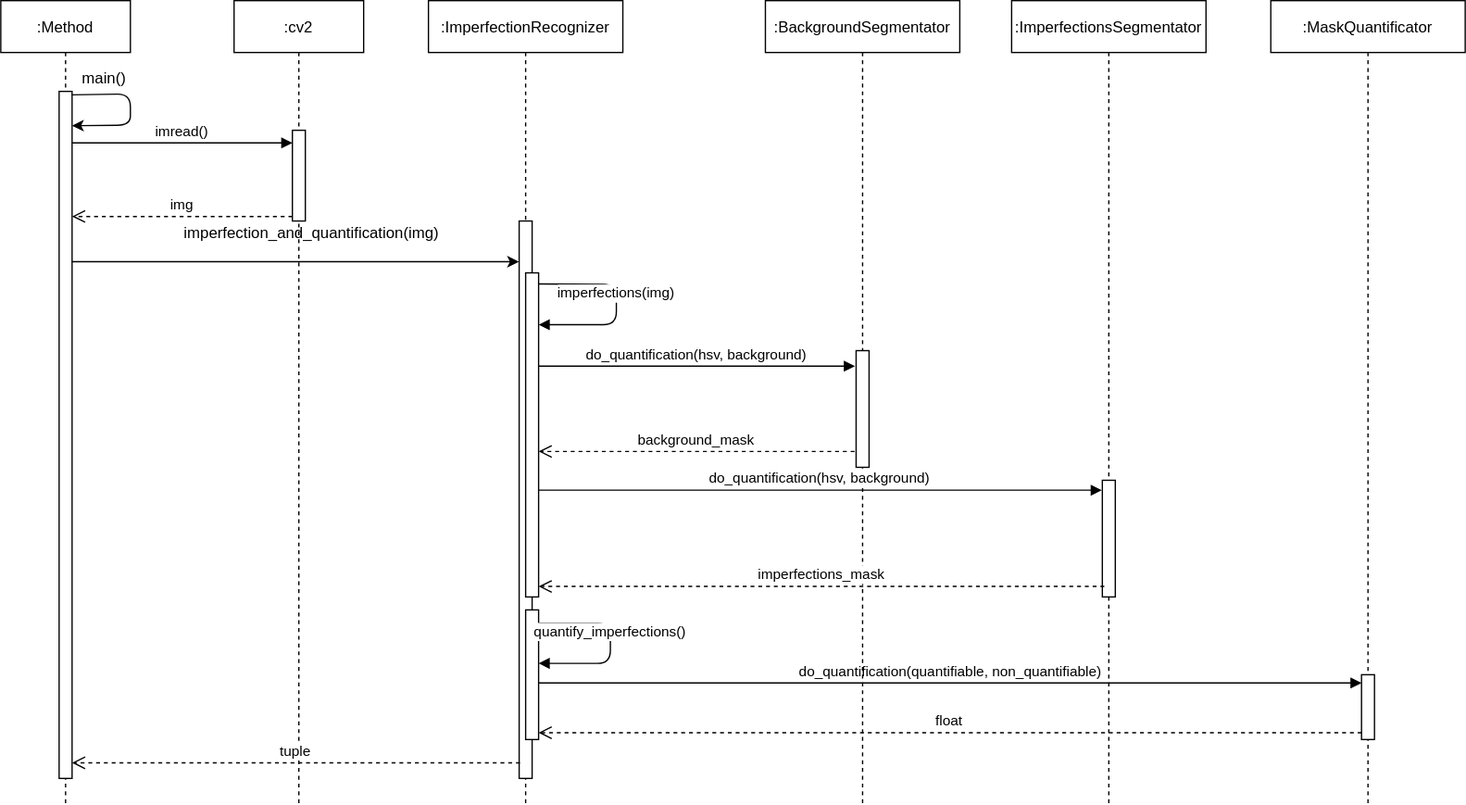
This is docs/images/SequenceDiagram.svg from AlbaranezJavier/AIVA_2021_AJ, a draw.io export, as it was before one commit. Source tidied: cells renumbered, new cells last; positions are measured from the earlier drawing's top-left corner, leaving out a move shared by most shapes. Its diagram source:
```xml
<mxGraphModel>
  <root>
    <mxCell id="0" />
    <mxCell id="1" parent="0" />
    <mxCell id="2" value=":Method" style="shape=umlLifeline;perimeter=lifelinePerimeter;rounded=0;shadow=0;strokeWidth=1;" parent="1" vertex="1">
      <mxGeometry width="100" height="620" as="geometry" />
    </mxCell>
    <mxCell id="3" style="points=[];perimeter=orthogonalPerimeter;rounded=0;shadow=0;strokeWidth=1;" parent="2" vertex="1">
      <mxGeometry x="45" y="70" width="10" height="530" as="geometry" />
    </mxCell>
    <mxCell id="4" style="endArrow=classic;html=1;exitX=0.972;exitY=0.005;exitDx=0;exitDy=0;exitPerimeter=0;entryX=1;entryY=0.05;entryDx=0;entryDy=0;entryPerimeter=0;" parent="2" edge="1" source="3" target="3">
      <mxGeometry relative="1" as="geometry">
        <Array as="points">
          <mxPoint x="100" y="72" />
          <mxPoint x="100" y="96" />
        </Array>
      </mxGeometry>
    </mxCell>
    <mxCell id="5" value=":cv2" style="shape=umlLifeline;perimeter=lifelinePerimeter;rounded=0;shadow=0;strokeWidth=1;" parent="1" vertex="1">
      <mxGeometry x="180" width="100" height="620" as="geometry" />
    </mxCell>
    <mxCell id="6" style="points=[];perimeter=orthogonalPerimeter;rounded=0;shadow=0;strokeWidth=1;" parent="5" vertex="1">
      <mxGeometry x="45" y="100" width="10" height="70" as="geometry" />
    </mxCell>
    <mxCell id="7" value="img" style="verticalAlign=bottom;endArrow=open;dashed=1;endSize=8;exitX=0;exitY=0.95;shadow=0;strokeWidth=1;" parent="1" edge="1" source="6" target="3">
      <mxGeometry relative="1" as="geometry" />
    </mxCell>
    <mxCell id="8" value="imread()" style="verticalAlign=bottom;endArrow=block;shadow=0;strokeWidth=1;exitX=1;exitY=0.075;exitDx=0;exitDy=0;exitPerimeter=0;" parent="1" edge="1" source="3" target="6">
      <mxGeometry relative="1" as="geometry" />
    </mxCell>
    <mxCell id="9" value="main()" style="text;html=1;strokeColor=none;fillColor=none;align=center;verticalAlign=middle;whiteSpace=wrap;rounded=0;" parent="1" vertex="1">
      <mxGeometry x="60" y="50" width="40" height="20" as="geometry" />
    </mxCell>
    <mxCell id="10" value=":ImperfectionRecognizer" style="shape=umlLifeline;perimeter=lifelinePerimeter;rounded=0;shadow=0;strokeWidth=1;" parent="1" vertex="1">
      <mxGeometry x="330" width="150" height="620" as="geometry" />
    </mxCell>
    <mxCell id="11" style="points=[];perimeter=orthogonalPerimeter;rounded=0;shadow=0;strokeWidth=1;" parent="10" vertex="1">
      <mxGeometry x="70" y="170" width="10" height="430" as="geometry" />
    </mxCell>
    <mxCell id="12" value="imperfections(img)" style="verticalAlign=bottom;endArrow=block;shadow=0;strokeWidth=1;exitX=0.935;exitY=0.034;exitDx=0;exitDy=0;exitPerimeter=0;" parent="10" edge="1" source="13">
      <mxGeometry relative="1" as="geometry">
        <mxPoint x="85" y="250" as="targetPoint" />
        <Array as="points">
          <mxPoint x="145" y="219" />
          <mxPoint x="145" y="250" />
        </Array>
      </mxGeometry>
    </mxCell>
    <mxCell id="13" style="points=[];perimeter=orthogonalPerimeter;rounded=0;shadow=0;strokeWidth=1;fontStyle=1;" parent="10" vertex="1">
      <mxGeometry x="75" y="210" width="10" height="250" as="geometry" />
    </mxCell>
    <mxCell id="14" style="points=[];perimeter=orthogonalPerimeter;rounded=0;shadow=0;strokeWidth=1;fontStyle=1;" parent="10" vertex="1">
      <mxGeometry x="75" y="470" width="10" height="100" as="geometry" />
    </mxCell>
    <mxCell id="15" value="quantify_imperfections()" style="verticalAlign=bottom;endArrow=block;shadow=0;strokeWidth=1;" parent="10" edge="1" source="14" target="14">
      <mxGeometry relative="1" as="geometry">
        <Array as="points">
          <mxPoint x="140.4" y="480.2" />
          <mxPoint x="140.4" y="511.2" />
        </Array>
      </mxGeometry>
    </mxCell>
    <mxCell id="16" style="endArrow=classic;html=1;entryX=-0.021;entryY=0.073;entryDx=0;entryDy=0;entryPerimeter=0;" parent="1" edge="1" source="3" target="11">
      <mxGeometry relative="1" as="geometry" />
    </mxCell>
    <mxCell id="17" value="imperfection_and_quantification(img)" style="text;html=1;strokeColor=none;fillColor=none;align=center;verticalAlign=middle;whiteSpace=wrap;rounded=0;" parent="1" vertex="1">
      <mxGeometry x="220" y="170" width="40" height="20" as="geometry" />
    </mxCell>
    <mxCell id="18" value="tuple" style="verticalAlign=bottom;endArrow=open;dashed=1;endSize=8;exitX=0.057;exitY=0.972;shadow=0;strokeWidth=1;exitDx=0;exitDy=0;exitPerimeter=0;" parent="1" edge="1" source="11" target="3">
      <mxGeometry relative="1" as="geometry" />
    </mxCell>
    <mxCell id="19" value=":MaskQuantificator" style="shape=umlLifeline;perimeter=lifelinePerimeter;rounded=0;shadow=0;strokeWidth=1;" parent="1" vertex="1">
      <mxGeometry x="980" width="150" height="620" as="geometry" />
    </mxCell>
    <mxCell id="20" style="points=[];perimeter=orthogonalPerimeter;rounded=0;shadow=0;strokeWidth=1;" parent="19" vertex="1">
      <mxGeometry x="70" y="520" width="10" height="50" as="geometry" />
    </mxCell>
    <mxCell id="21" value="do_quantification(quantifiable, non_quantifiable)" style="verticalAlign=bottom;endArrow=block;shadow=0;strokeWidth=1;entryX=0.005;entryY=0.127;entryDx=0;entryDy=0;entryPerimeter=0;" parent="1" edge="1" source="14" target="20">
      <mxGeometry relative="1" as="geometry" />
    </mxCell>
    <mxCell id="22" value="float" style="verticalAlign=bottom;endArrow=open;dashed=1;endSize=8;exitX=0.005;exitY=0.895;shadow=0;strokeWidth=1;exitDx=0;exitDy=0;exitPerimeter=0;" parent="1" edge="1" source="20" target="14">
      <mxGeometry relative="1" as="geometry" />
    </mxCell>
    <mxCell id="23" value=":BackgroundSegmentator" style="shape=umlLifeline;perimeter=lifelinePerimeter;rounded=0;shadow=0;strokeWidth=1;" parent="1" vertex="1">
      <mxGeometry x="590" width="150" height="620" as="geometry" />
    </mxCell>
    <mxCell id="24" style="points=[];perimeter=orthogonalPerimeter;rounded=0;shadow=0;strokeWidth=1;" parent="23" vertex="1">
      <mxGeometry x="70" y="270" width="10" height="90" as="geometry" />
    </mxCell>
    <mxCell id="25" value="do_quantification(hsv, background)" style="verticalAlign=bottom;endArrow=block;shadow=0;strokeWidth=1;entryX=-0.09;entryY=0.133;entryDx=0;entryDy=0;entryPerimeter=0;" parent="1" edge="1" source="13" target="24">
      <mxGeometry relative="1" as="geometry" />
    </mxCell>
    <mxCell id="26" value="background_mask" style="verticalAlign=bottom;endArrow=open;dashed=1;endSize=8;exitX=-0.12;exitY=0.864;shadow=0;strokeWidth=1;exitDx=0;exitDy=0;exitPerimeter=0;" parent="1" edge="1" source="24" target="13">
      <mxGeometry relative="1" as="geometry" />
    </mxCell>
    <mxCell id="27" value=":ImperfectionsSegmentator" style="shape=umlLifeline;perimeter=lifelinePerimeter;rounded=0;shadow=0;strokeWidth=1;" parent="1" vertex="1">
      <mxGeometry x="780" width="150" height="620" as="geometry" />
    </mxCell>
    <mxCell id="28" style="points=[];perimeter=orthogonalPerimeter;rounded=0;shadow=0;strokeWidth=1;" parent="27" vertex="1">
      <mxGeometry x="70" y="370" width="10" height="90" as="geometry" />
    </mxCell>
    <mxCell id="29" value="do_quantification(hsv, background)" style="verticalAlign=bottom;endArrow=block;shadow=0;strokeWidth=1;entryX=-0.038;entryY=0.085;entryDx=0;entryDy=0;entryPerimeter=0;" parent="1" edge="1" source="13" target="28">
      <mxGeometry relative="1" as="geometry" />
    </mxCell>
    <mxCell id="30" value="imperfections_mask" style="verticalAlign=bottom;endArrow=open;dashed=1;endSize=8;exitX=0.152;exitY=0.91;shadow=0;strokeWidth=1;exitDx=0;exitDy=0;exitPerimeter=0;" parent="1" edge="1" source="28" target="13">
      <mxGeometry relative="1" as="geometry" />
    </mxCell>
  </root>
</mxGraphModel>
```
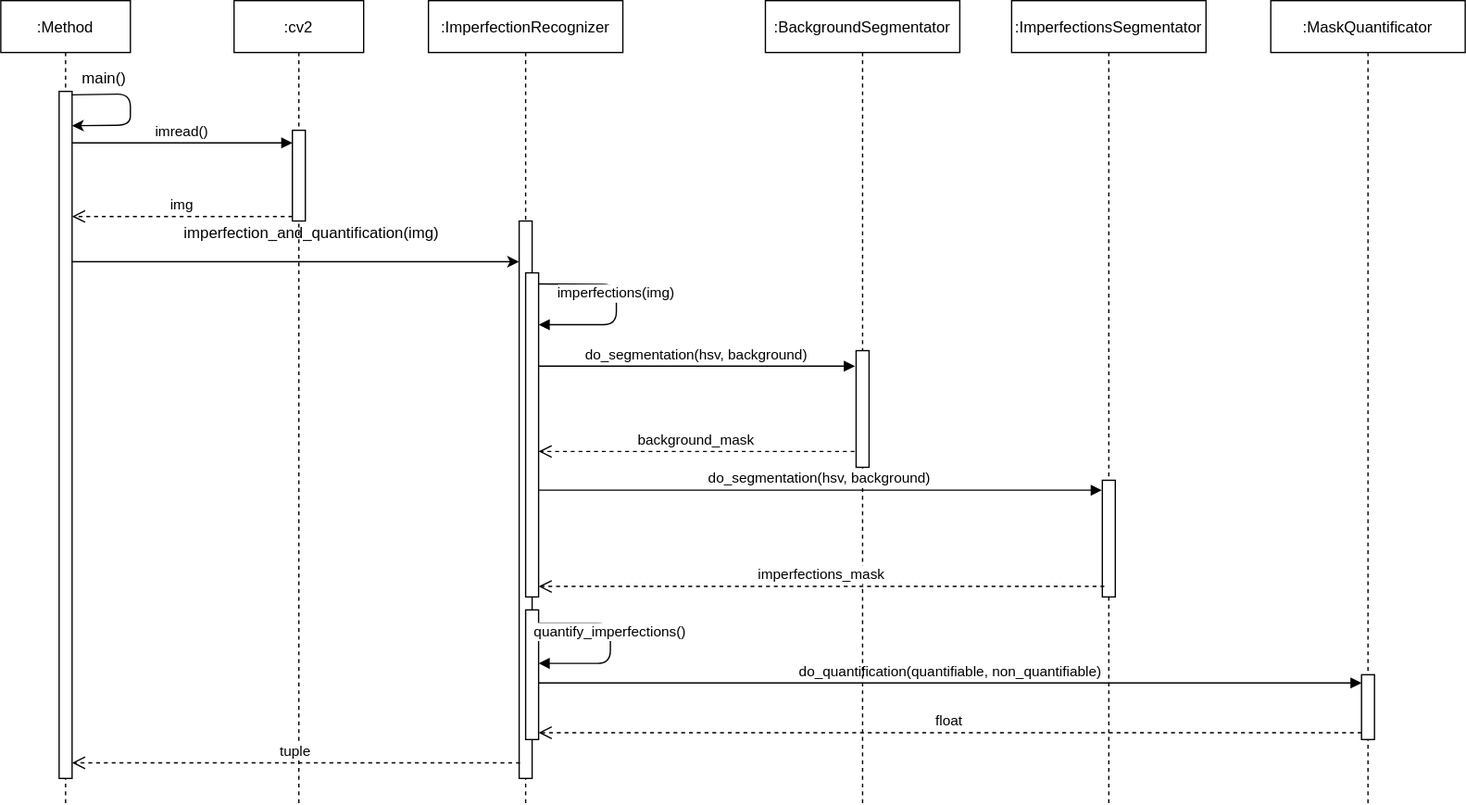
The same file after the commit.

Commit message:
UML diagram of the main algorithms #11

Diff of the diagram source:
```diff
@@ -87,7 +87,7 @@
     <mxCell id="24" style="points=[];perimeter=orthogonalPerimeter;rounded=0;shadow=0;strokeWidth=1;" parent="23" vertex="1">
       <mxGeometry x="70" y="270" width="10" height="90" as="geometry" />
     </mxCell>
-    <mxCell id="25" value="do_quantification(hsv, background)" style="verticalAlign=bottom;endArrow=block;shadow=0;strokeWidth=1;entryX=-0.09;entryY=0.133;entryDx=0;entryDy=0;entryPerimeter=0;" parent="1" edge="1" source="13" target="24">
+    <mxCell id="25" value="do_segmentation(hsv, background)" style="verticalAlign=bottom;endArrow=block;shadow=0;strokeWidth=1;entryX=-0.09;entryY=0.133;entryDx=0;entryDy=0;entryPerimeter=0;" parent="1" edge="1" source="13" target="24">
       <mxGeometry relative="1" as="geometry" />
     </mxCell>
     <mxCell id="26" value="background_mask" style="verticalAlign=bottom;endArrow=open;dashed=1;endSize=8;exitX=-0.12;exitY=0.864;shadow=0;strokeWidth=1;exitDx=0;exitDy=0;exitPerimeter=0;" parent="1" edge="1" source="24" target="13">
@@ -99,7 +99,7 @@
     <mxCell id="28" style="points=[];perimeter=orthogonalPerimeter;rounded=0;shadow=0;strokeWidth=1;" parent="27" vertex="1">
       <mxGeometry x="70" y="370" width="10" height="90" as="geometry" />
     </mxCell>
-    <mxCell id="29" value="do_quantification(hsv, background)" style="verticalAlign=bottom;endArrow=block;shadow=0;strokeWidth=1;entryX=-0.038;entryY=0.085;entryDx=0;entryDy=0;entryPerimeter=0;" parent="1" edge="1" source="13" target="28">
+    <mxCell id="29" value="do_segmentation(hsv, background)" style="verticalAlign=bottom;endArrow=block;shadow=0;strokeWidth=1;entryX=-0.038;entryY=0.085;entryDx=0;entryDy=0;entryPerimeter=0;" parent="1" edge="1" source="13" target="28">
       <mxGeometry relative="1" as="geometry" />
     </mxCell>
     <mxCell id="30" value="imperfections_mask" style="verticalAlign=bottom;endArrow=open;dashed=1;endSize=8;exitX=0.152;exitY=0.91;shadow=0;strokeWidth=1;exitDx=0;exitDy=0;exitPerimeter=0;" parent="1" edge="1" source="28" target="13">
```
